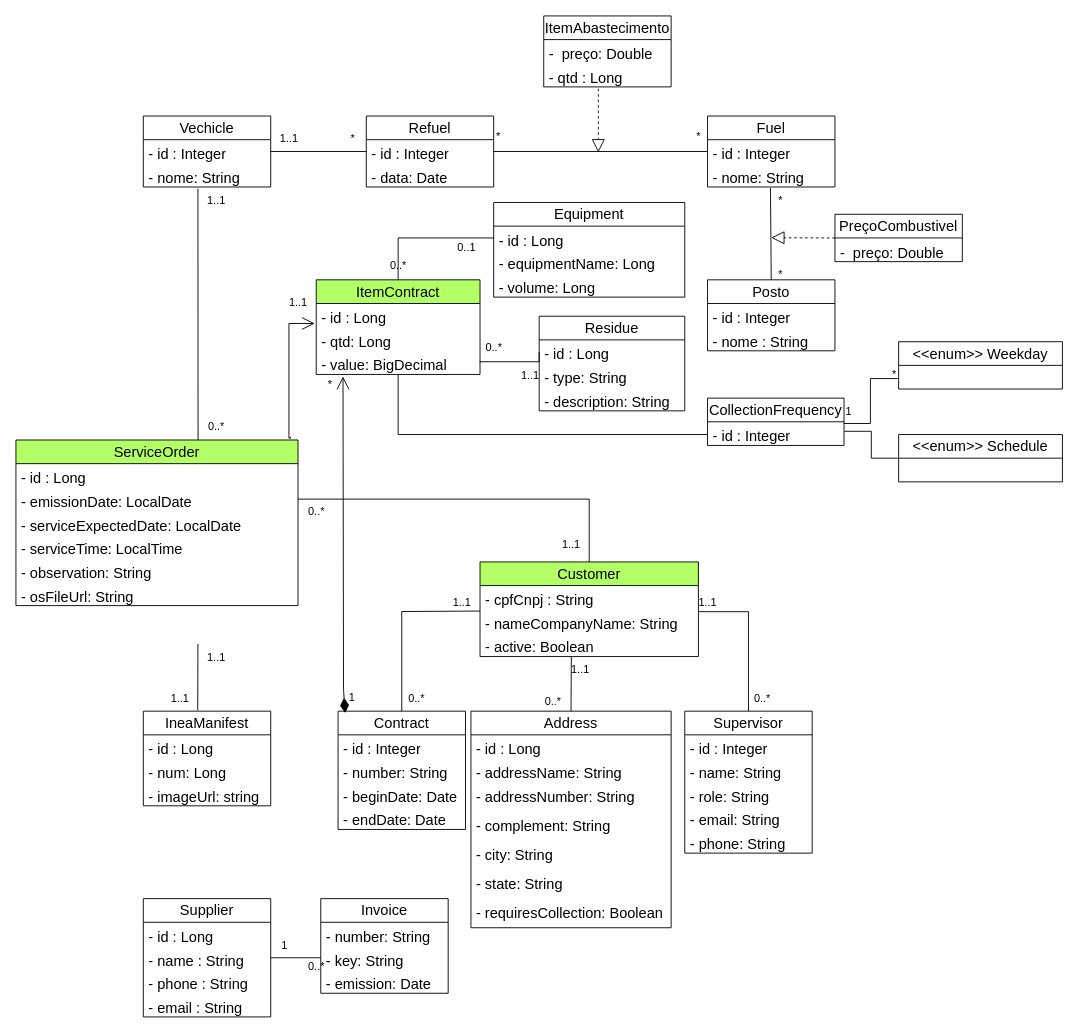
Earlier version of the draw.io diagram backend/sistema.drawio (victor-vilar/Sistema-Empresa-Coleta). Source tidied: cells renumbered, new cells numbered last; positions are measured from the earlier drawing's top-left corner, leaving out a move shared by most shapes. Both pictures are drawn from the tidied source at 91%, with x=0, y=0 at pixel (15, 15).
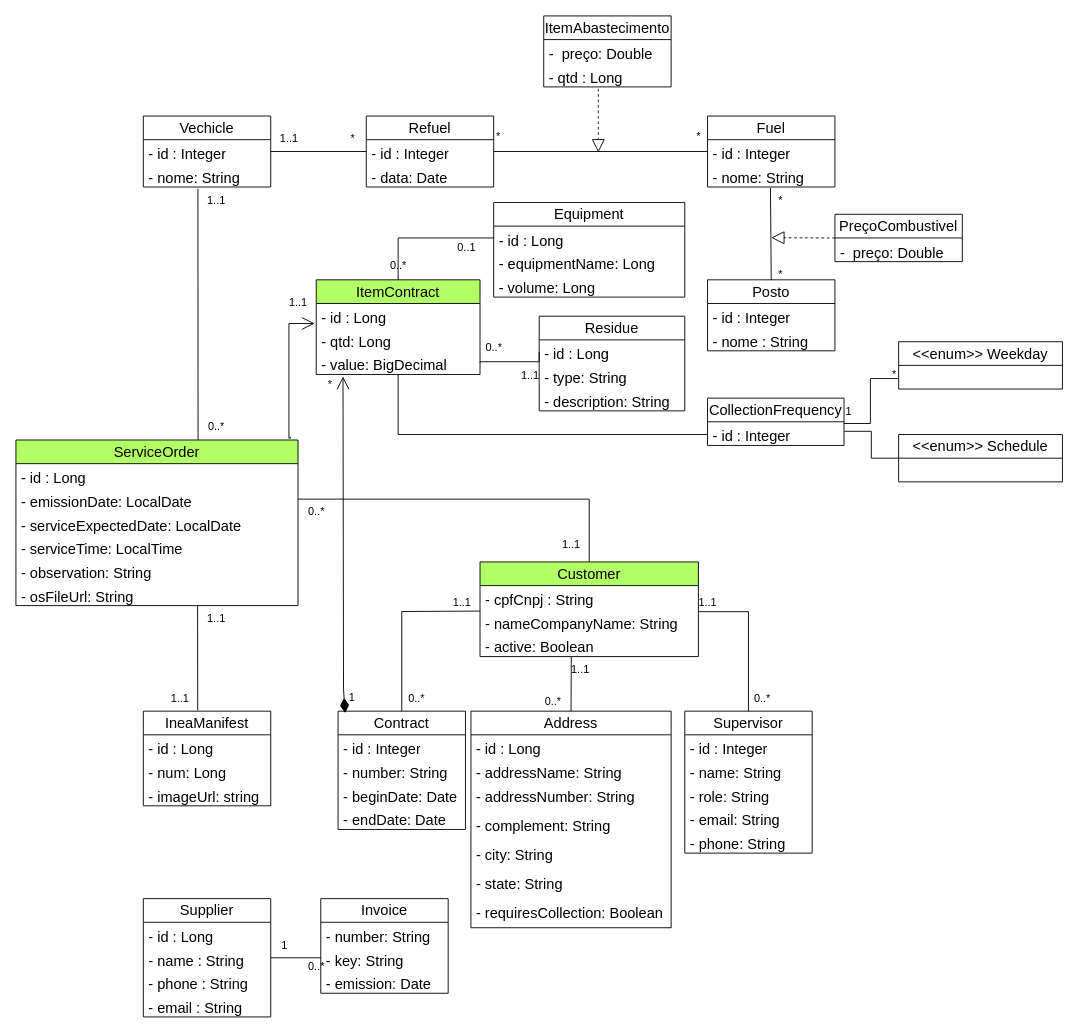
After the change.

The change refers to these unchanged cells:
```xml
<mxCell id="29" value="- osFileUrl: String" style="text;strokeColor=none;fillColor=none;align=left;verticalAlign=top;spacingLeft=4;spacingRight=4;overflow=hidden;points=[[0,0.5],[1,0.5]];portConstraint=eastwest;whiteSpace=wrap;html=1;fontSize=16;" parent="23" vertex="1">
  <mxGeometry y="156" width="310" height="26" as="geometry" />
</mxCell>
<mxCell id="38" value="IneaManifest" style="swimlane;fontStyle=0;horizontal=1;startSize=26;fillColor=none;whiteSpace=wrap;html=1;fontSize=16;" parent="1" vertex="1">
  <mxGeometry x="140" y="764" width="140" height="104" as="geometry" />
</mxCell>
```

What changed in the source:
```diff
@@
-    <mxCell id="42" style="endArrow=none;html=1;rounded=0;fontSize=12;startSize=8;endSize=8;elbow=vertical;entryX=0.427;entryY=-0.008;entryDx=0;entryDy=0;entryPerimeter=0;" parent="1" edge="1" target="38">
-      <mxGeometry relative="1" as="geometry">
-        <mxPoint x="200" y="690" as="sourcePoint" />
-      </mxGeometry>
+    <mxCell id="42" style="endArrow=none;html=1;rounded=0;fontSize=12;startSize=8;endSize=8;elbow=vertical;entryX=0.427;entryY=-0.008;entryDx=0;entryDy=0;entryPerimeter=0;exitX=0.644;exitY=0.981;exitDx=0;exitDy=0;exitPerimeter=0;" parent="1" edge="1" source="29" target="38">
+      <mxGeometry relative="1" as="geometry" />
     </mxCell>
@@
     <mxCell id="44" value="1..1" style="text;html=1;align=center;verticalAlign=middle;strokeColor=none;fillColor=none;" parent="1" vertex="1">
-      <mxGeometry x="200" y="690" width="40" height="30" as="geometry" />
+      <mxGeometry x="200" y="648" width="40" height="30" as="geometry" />
     </mxCell>
```
